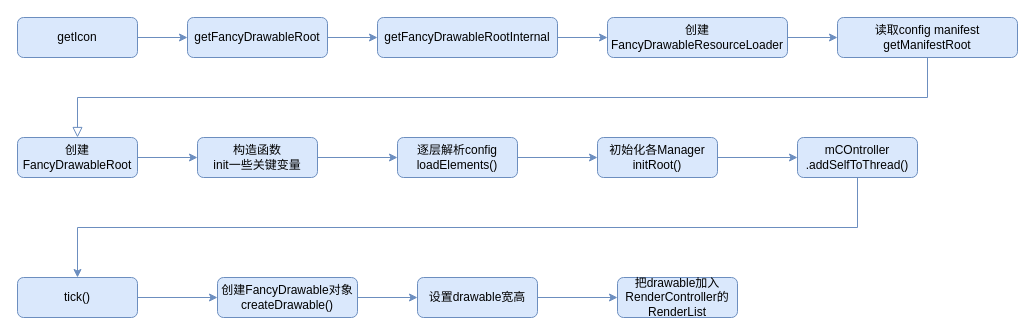
Before: Untitled Diagram.drawio in shun-89/shun_repo, a draw.io diagram. Source tidied: cells renumbered, new cells numbered last; positions are measured from the earlier drawing's top-left corner, leaving out a move shared by most shapes. Both pictures are drawn from the tidied source at 100%, with x=0, y=0 at pixel (17, 17).
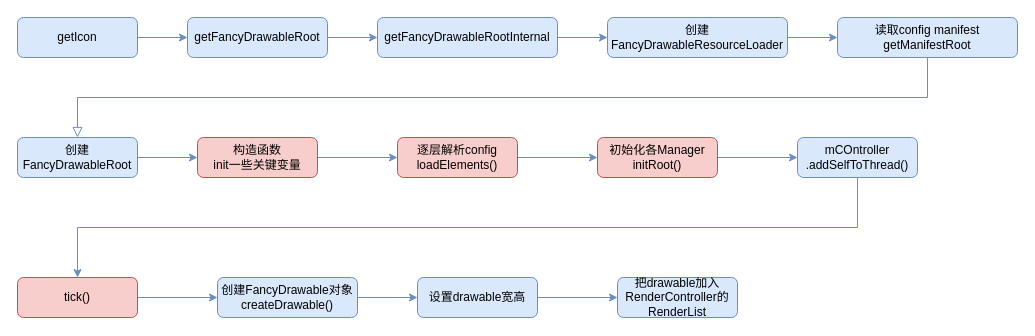
The same diagram, later.

Diff of the diagram source:
```diff
@@
-    <mxCell id="15" value="构造函数&lt;br&gt;init一些关键变量" style="rounded=1;whiteSpace=wrap;html=1;fontSize=12;glass=0;strokeWidth=1;shadow=0;fillColor=#dae8fc;strokeColor=#6c8ebf;" parent="1" vertex="1">
+    <mxCell id="15" value="构造函数&lt;br&gt;init一些关键变量" style="rounded=1;whiteSpace=wrap;html=1;fontSize=12;glass=0;strokeWidth=1;shadow=0;fillColor=#f8cecc;strokeColor=#b85450;" parent="1" vertex="1">
       <mxGeometry x="180" y="120" width="120" height="40" as="geometry" />
     </mxCell>
@@
-    <mxCell id="17" value="逐层解析config&lt;br&gt;loadElements()" style="rounded=1;whiteSpace=wrap;html=1;fontSize=12;glass=0;strokeWidth=1;shadow=0;fillColor=#dae8fc;strokeColor=#6c8ebf;" parent="1" vertex="1">
+    <mxCell id="17" value="逐层解析config&lt;br&gt;loadElements()" style="rounded=1;whiteSpace=wrap;html=1;fontSize=12;glass=0;strokeWidth=1;shadow=0;fillColor=#f8cecc;strokeColor=#b85450;" parent="1" vertex="1">
       <mxGeometry x="380" y="120" width="120" height="40" as="geometry" />
     </mxCell>
@@
-    <mxCell id="19" value="初始化各Manager&lt;br&gt;initRoot()" style="rounded=1;whiteSpace=wrap;html=1;fontSize=12;glass=0;strokeWidth=1;shadow=0;fillColor=#dae8fc;strokeColor=#6c8ebf;" parent="1" vertex="1">
+    <mxCell id="19" value="初始化各Manager&lt;br&gt;initRoot()" style="rounded=1;whiteSpace=wrap;html=1;fontSize=12;glass=0;strokeWidth=1;shadow=0;fillColor=#f8cecc;strokeColor=#b85450;" parent="1" vertex="1">
       <mxGeometry x="580" y="120" width="120" height="40" as="geometry" />
     </mxCell>
@@
-    <mxCell id="23" value="tick()" style="rounded=1;whiteSpace=wrap;html=1;fontSize=12;glass=0;strokeWidth=1;shadow=0;fillColor=#dae8fc;strokeColor=#6c8ebf;" parent="1" vertex="1">
+    <mxCell id="23" value="tick()" style="rounded=1;whiteSpace=wrap;html=1;fontSize=12;glass=0;strokeWidth=1;shadow=0;fillColor=#f8cecc;strokeColor=#b85450;" parent="1" vertex="1">
       <mxGeometry y="260" width="120" height="40" as="geometry" />
     </mxCell>
```
